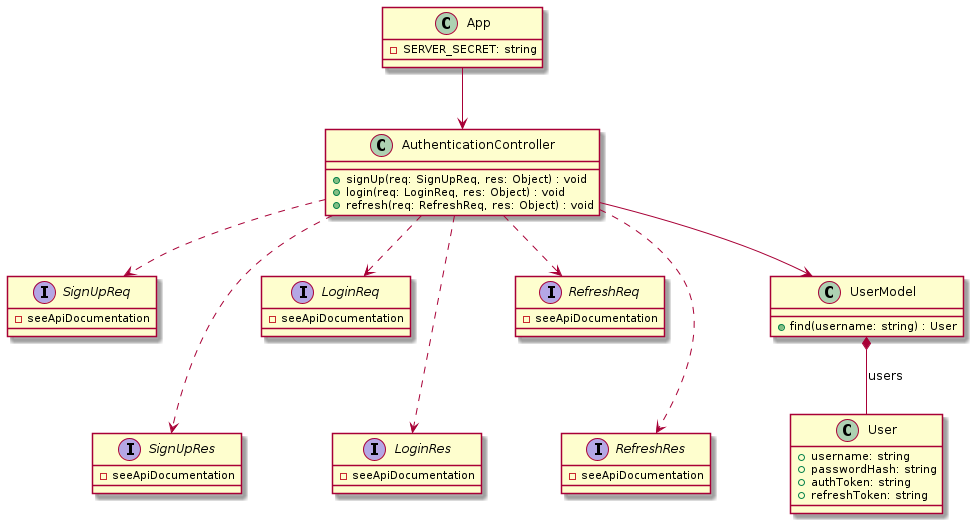
PSE-TECO-2020-TEAM1/e2e-ml_docs keeps this PlantUML diagram as out/Design/auth_class_diagram/ExpressAppAuth.png. Above is the earlier version. Its diagram source:
```plantuml
@startuml ExpressAppAuth

class App {
    -SERVER_SECRET: string
}

class AuthenticationController {
    +signUp(req: SignUpReq, res: Object) : void
    +login(req: LoginReq, res: Object) : void
    +refresh(req: RefreshReq, res: Object) : void
}

interface SignUpReq {
    -seeApiDocumentation
}
interface SignUpRes {
    -seeApiDocumentation
}
SignUpReq -[hidden]-> SignUpRes

interface LoginReq {
    -seeApiDocumentation
}
interface LoginRes {
    -seeApiDocumentation
}
LoginReq -[hidden]-> LoginRes

interface RefreshReq {
    -seeApiDocumentation
}
interface RefreshRes {
    -seeApiDocumentation
}
RefreshReq -[hidden]-> RefreshRes

AuthenticationController ..> SignUpReq
AuthenticationController ..> SignUpRes
AuthenticationController ..> LoginReq
AuthenticationController ..> LoginRes
AuthenticationController ..> RefreshReq
AuthenticationController ..> RefreshRes

App --> AuthenticationController

class UserModel {
    +find(username: string) : User
}

AuthenticationController --> UserModel

class User {
    +username: string
    +passwordHash: string
    +authToken: string
    +refreshToken: string
}

UserModel *-- User : users

@enduml
```
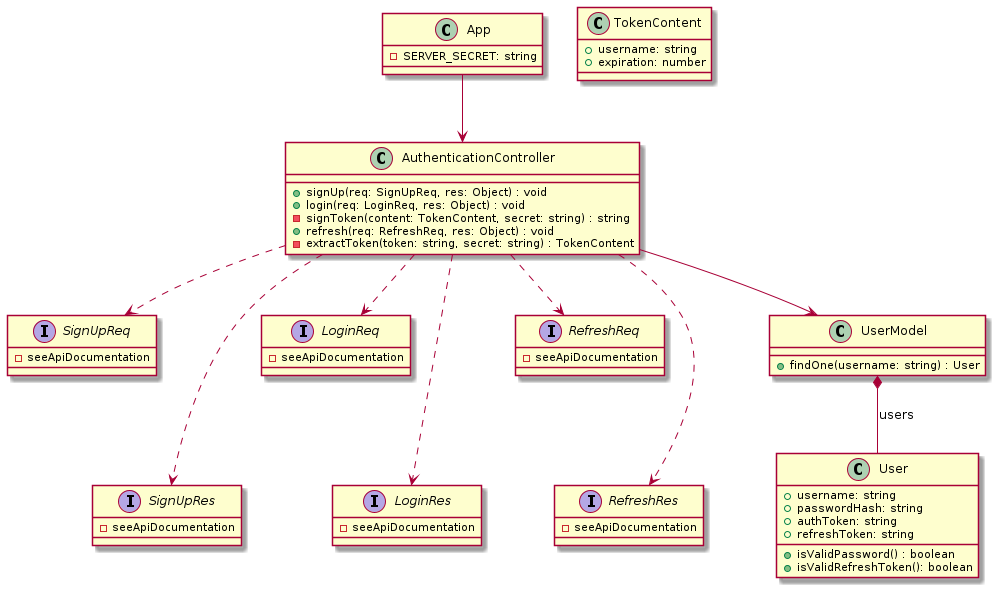
After the change.

The edit, as a diff of the source:
```diff
@@ -4,10 +4,17 @@
     -SERVER_SECRET: string
 }
 
+class TokenContent {
+    +username: string
+    +expiration: number
+}
+
 class AuthenticationController {
     +signUp(req: SignUpReq, res: Object) : void
     +login(req: LoginReq, res: Object) : void
+    -signToken(content: TokenContent, secret: string) : string
     +refresh(req: RefreshReq, res: Object) : void
+    -extractToken(token: string, secret: string) : TokenContent
 }
 
 interface SignUpReq {
@@ -44,7 +51,7 @@
 App --> AuthenticationController
 
 class UserModel {
-    +find(username: string) : User
+    +findOne(username: string) : User
 }
 
 AuthenticationController --> UserModel
@@ -54,6 +61,8 @@
     +passwordHash: string
     +authToken: string
     +refreshToken: string
+    +isValidPassword() : boolean
+    +isValidRefreshToken(): boolean
 }
 
 UserModel *-- User : users
```
